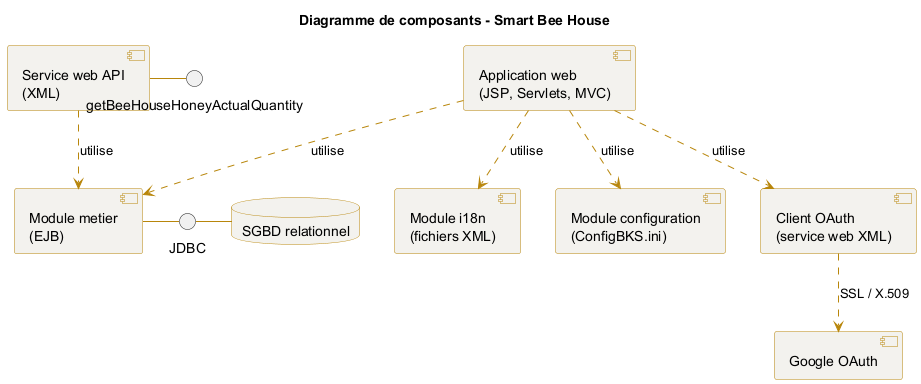
Above: cahier de charge/images/diagramme_composant.png in iyednefzi99/Z-mm (PlantUML), before the change.
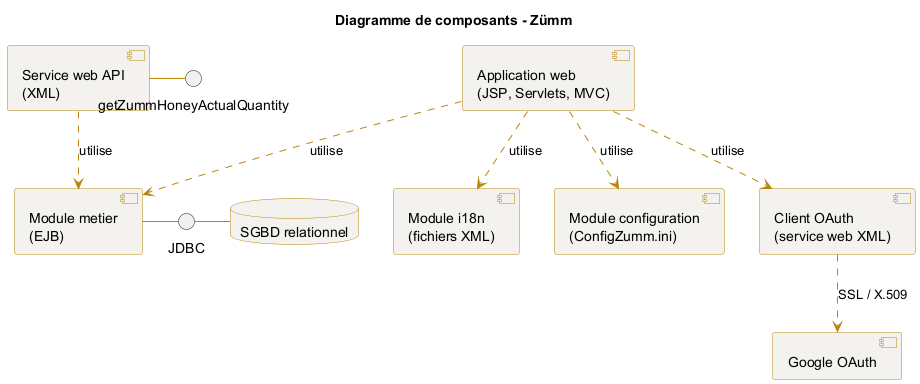
Later version of the same file.

Diff of the diagram source:
```diff
@@ -10,17 +10,17 @@
   BackgroundColor #F3F2EE
   BorderColor #B8860B
 }
-title Diagramme de composants - Smart Bee House
+title Diagramme de composants - Zümm
 
 component "Application web\n(JSP, Servlets, MVC)" as Web
 component "Module metier\n(EJB)" as Metier
 component "Module i18n\n(fichiers XML)" as I18n
-component "Module configuration\n(ConfigBKS.ini)" as Config
+component "Module configuration\n(ConfigZumm.ini)" as Config
 component "Client OAuth\n(service web XML)" as OAuthC
 component "Service web API\n(XML)" as API
 database "SGBD relationnel" as DB
 
-interface "getBeeHouseHoneyActualQuantity" as IHoney
+interface "getZummHoneyActualQuantity" as IHoney
 interface "JDBC" as IJdbc
 
 Web ..> Metier : utilise
```
